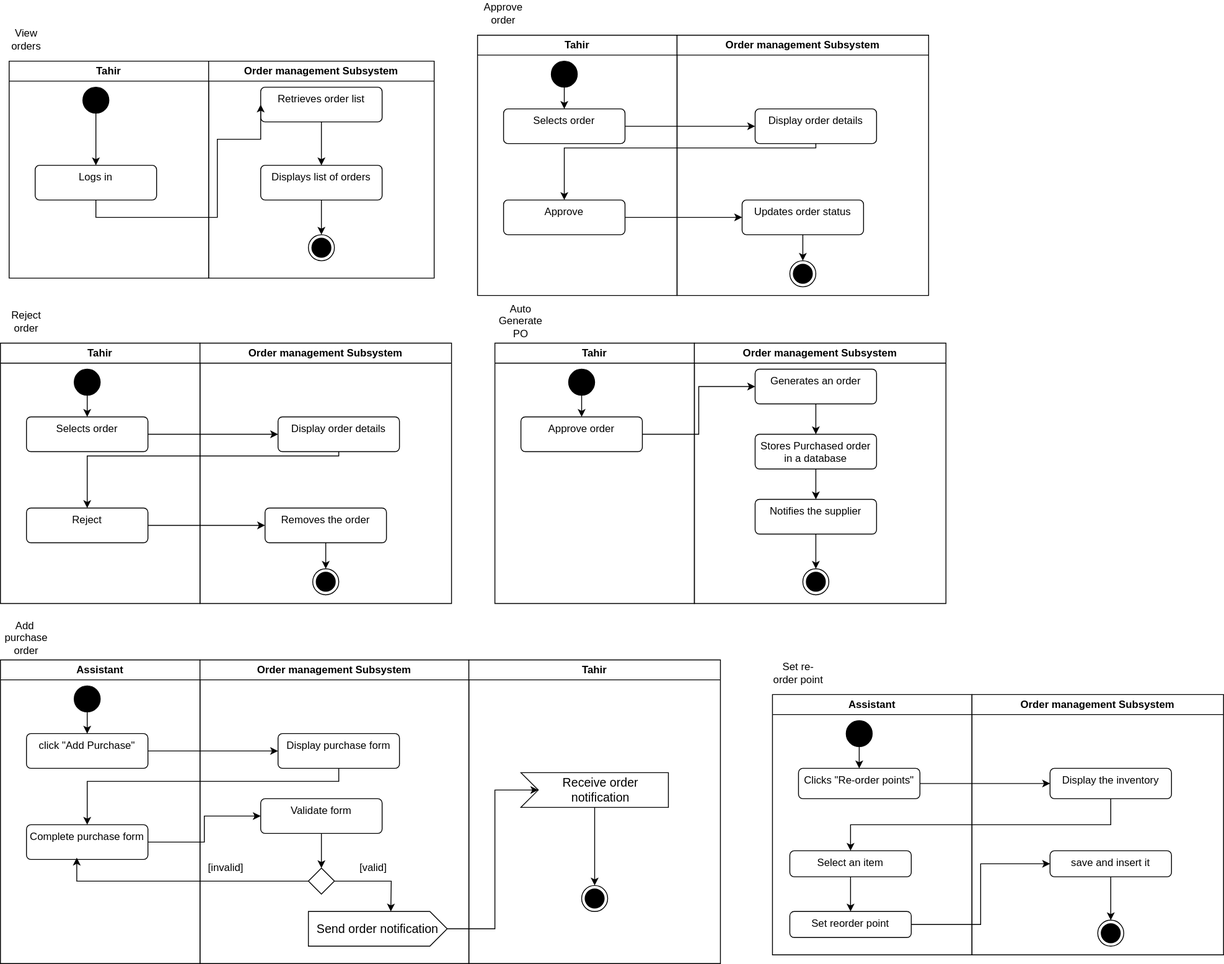
Before: order_act.svg, a diagram exported from draw.io (Simamkele88/IFM3_GP). Source tidied: cells renumbered, new cells last; positions are measured from the earlier drawing's top-left corner, leaving out a move shared by most shapes.
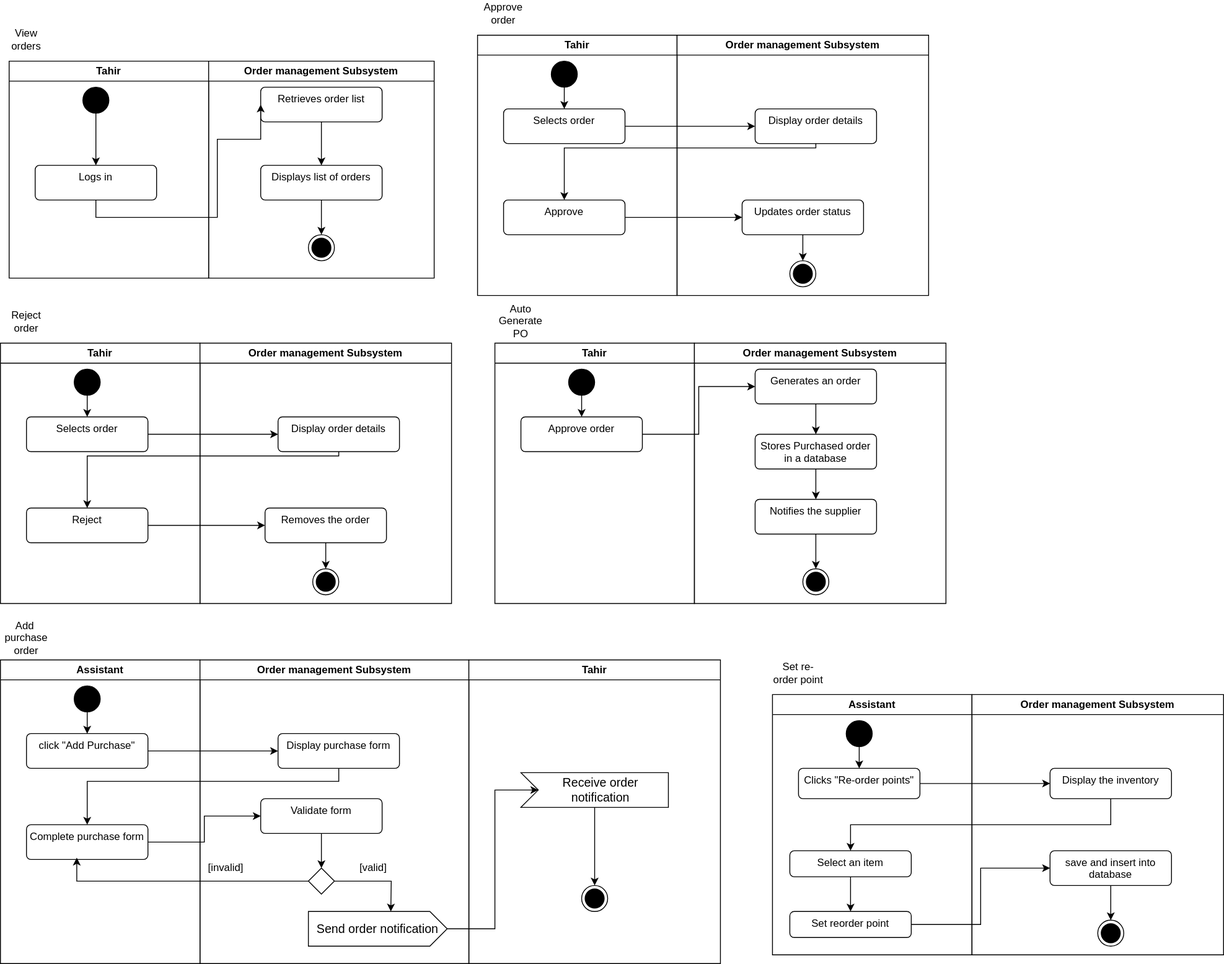
The same diagram one commit later.

Diff of the diagram source:
```diff
@@ -270,8 +270,8 @@
     <mxCell id="83" style="edgeStyle=orthogonalEdgeStyle;rounded=0;jettySize=auto;html=1;" parent="80" edge="1" source="84" target="81">
       <mxGeometry relative="1" as="geometry" />
     </mxCell>
-    <mxCell id="84" value="save and insert it&lt;div&gt;&lt;br&gt;&lt;/div&gt;" style="html=1;align=center;verticalAlign=top;rounded=1;absoluteArcSize=1;arcSize=10;dashed=0;whiteSpace=wrap;" parent="80" vertex="1">
-      <mxGeometry x="90" y="180" width="140" height="30" as="geometry" />
+    <mxCell id="84" value="save and insert into database" style="html=1;align=center;verticalAlign=top;rounded=1;absoluteArcSize=1;arcSize=10;dashed=0;whiteSpace=wrap;" parent="80" vertex="1">
+      <mxGeometry x="90" y="180" width="140" height="40" as="geometry" />
     </mxCell>
     <mxCell id="85" style="edgeStyle=orthogonalEdgeStyle;rounded=0;jettySize=auto;html=1;entryX=0;entryY=0.5;entryDx=0;entryDy=0;" parent="1" edge="1" source="76" target="82">
       <mxGeometry relative="1" as="geometry" />
```
